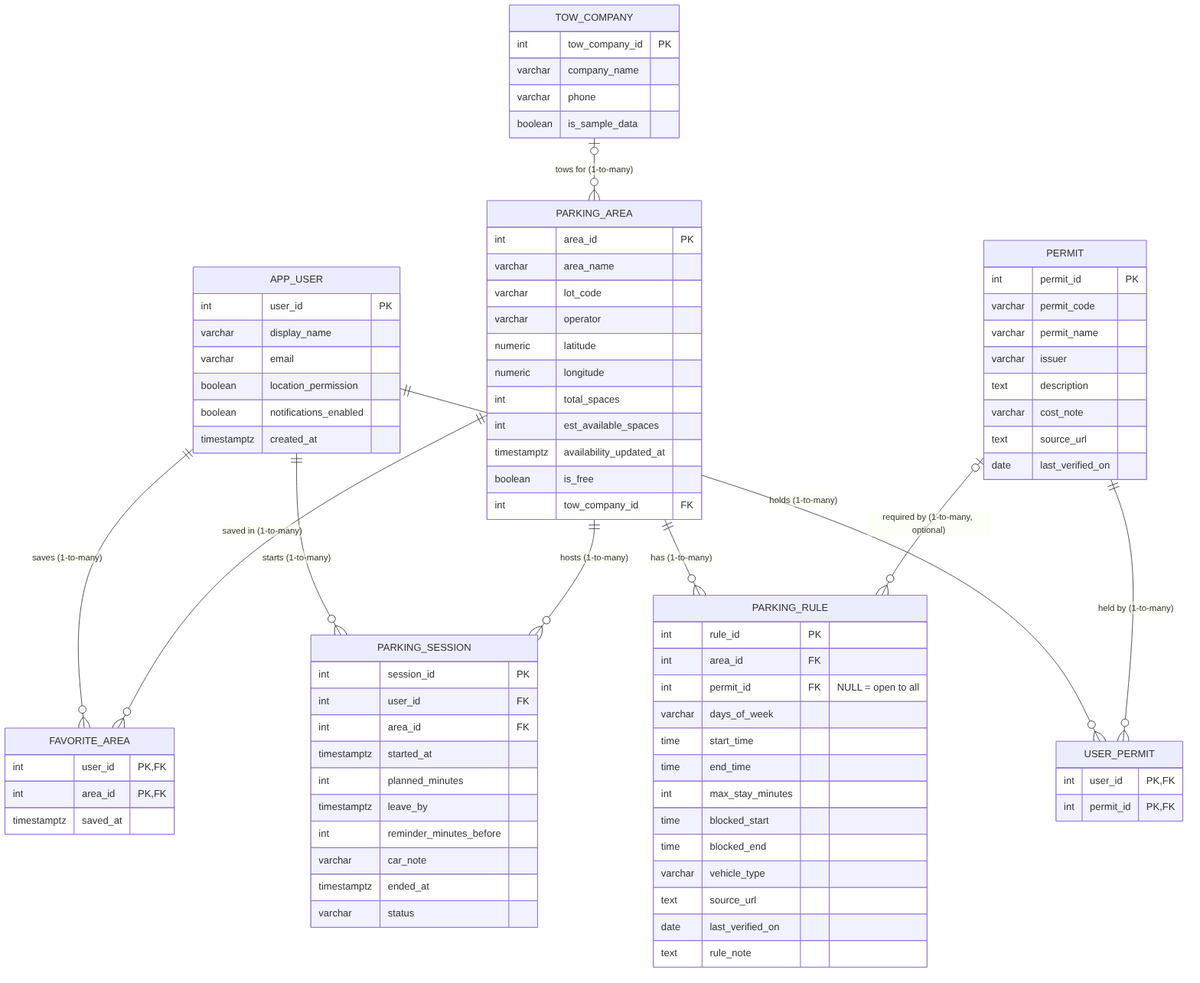
ParkerMorris11/ProvoParking keeps this Mermaid diagram as docs/erd.png. Above is the earlier version. Its source is kept beside it as docs/erd.mmd.
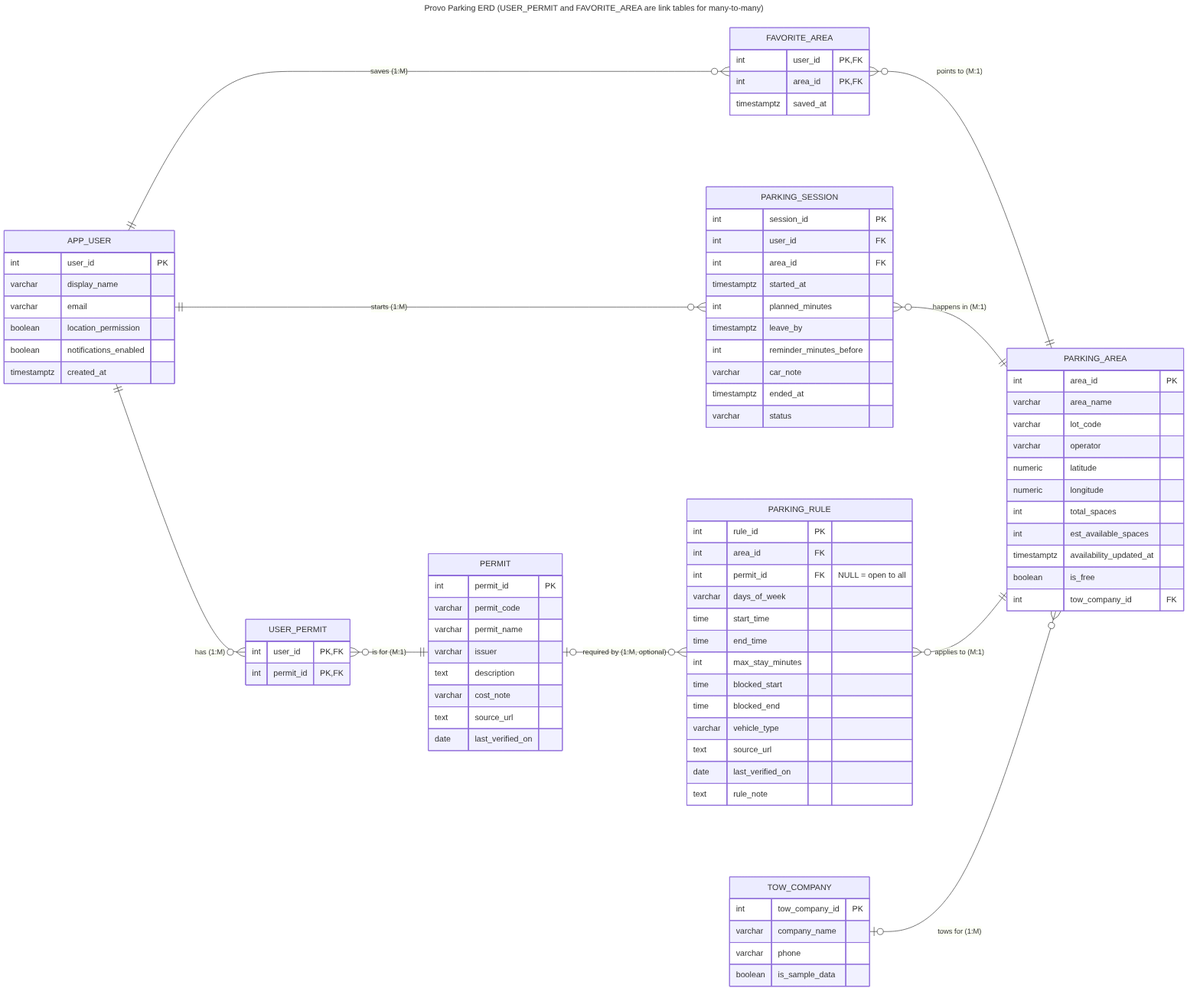
The same file after the commit.

Commit message:
Re-lay out ERD so user, user_permit, and permit read left to right

Claude-Session: https://claude.ai/code/session_01DdEjXydVjiutYzgZs9ir16

What changed in the source:
```diff
@@ -1,13 +1,17 @@
+---
+title: "Provo Parking ERD (USER_PERMIT and FAVORITE_AREA are link tables for many-to-many)"
+---
 erDiagram
-    APP_USER ||--o{ USER_PERMIT : "holds (1-to-many)"
-    PERMIT ||--o{ USER_PERMIT : "held by (1-to-many)"
-    APP_USER ||--o{ FAVORITE_AREA : "saves (1-to-many)"
-    PARKING_AREA ||--o{ FAVORITE_AREA : "saved in (1-to-many)"
-    APP_USER ||--o{ PARKING_SESSION : "starts (1-to-many)"
-    PARKING_AREA ||--o{ PARKING_SESSION : "hosts (1-to-many)"
-    PARKING_AREA ||--o{ PARKING_RULE : "has (1-to-many)"
-    PERMIT |o--o{ PARKING_RULE : "required by (1-to-many, optional)"
-    TOW_COMPANY |o--o{ PARKING_AREA : "tows for (1-to-many)"
+    direction LR
+    APP_USER ||--o{ USER_PERMIT : "has (1:M)"
+    USER_PERMIT }o--|| PERMIT : "is for (M:1)"
+    APP_USER ||--o{ FAVORITE_AREA : "saves (1:M)"
+    FAVORITE_AREA }o--|| PARKING_AREA : "points to (M:1)"
+    APP_USER ||--o{ PARKING_SESSION : "starts (1:M)"
+    PARKING_SESSION }o--|| PARKING_AREA : "happens in (M:1)"
+    PERMIT |o--o{ PARKING_RULE : "required by (1:M, optional)"
+    PARKING_RULE }o--|| PARKING_AREA : "applies to (M:1)"
+    TOW_COMPANY |o--o{ PARKING_AREA : "tows for (1:M)"
 
     APP_USER {
         int user_id PK
```
